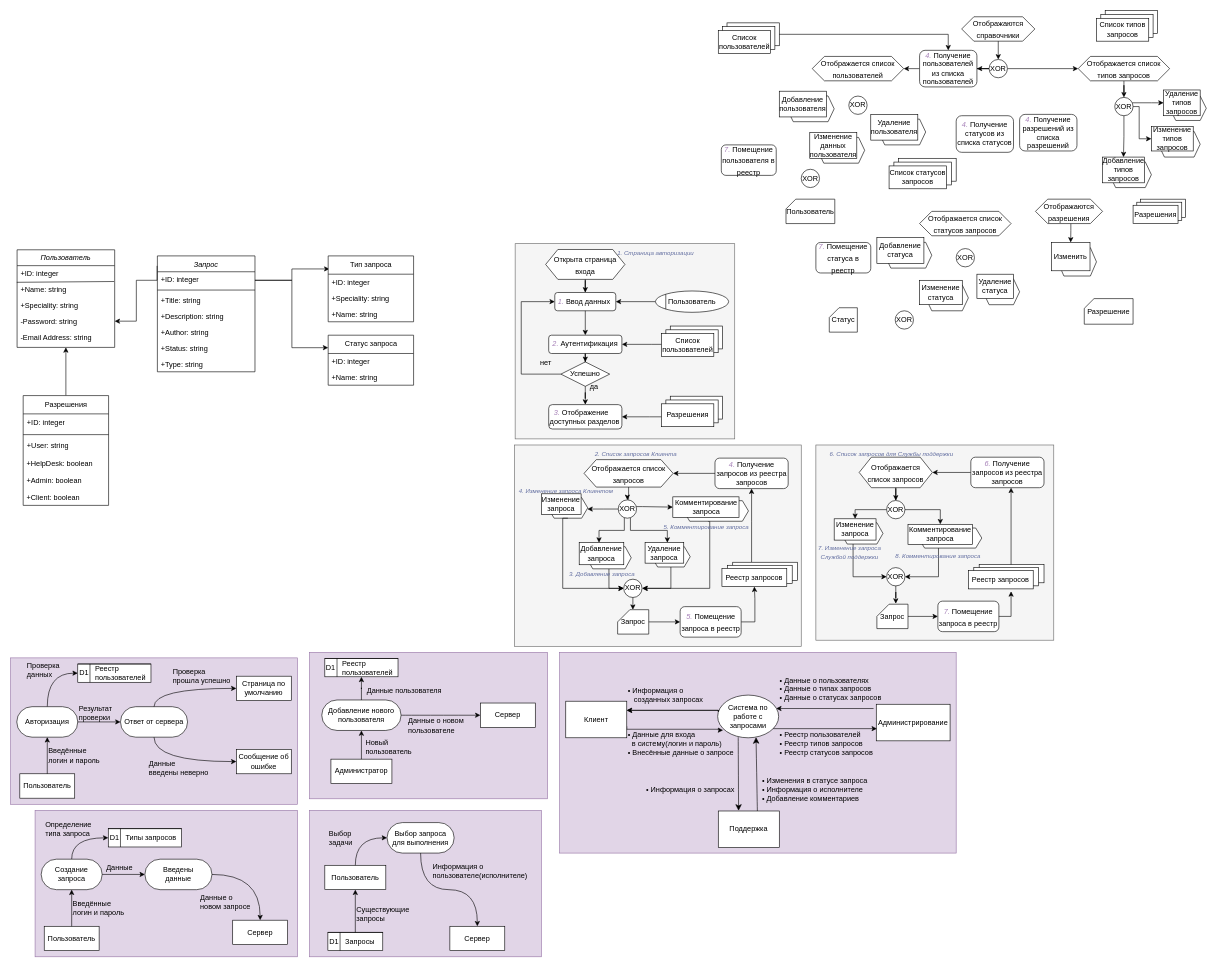
Above: Диаграмма без названия.drawio in Fuamau/BlogProvider (draw.io), before the change. Source tidied: cells renumbered, new cells numbered last; positions are measured from the earlier drawing's top-left corner, leaving out a move shared by most shapes. Both pictures are drawn from the tidied source at 61%, with x=0, y=0 at pixel (10, 10).
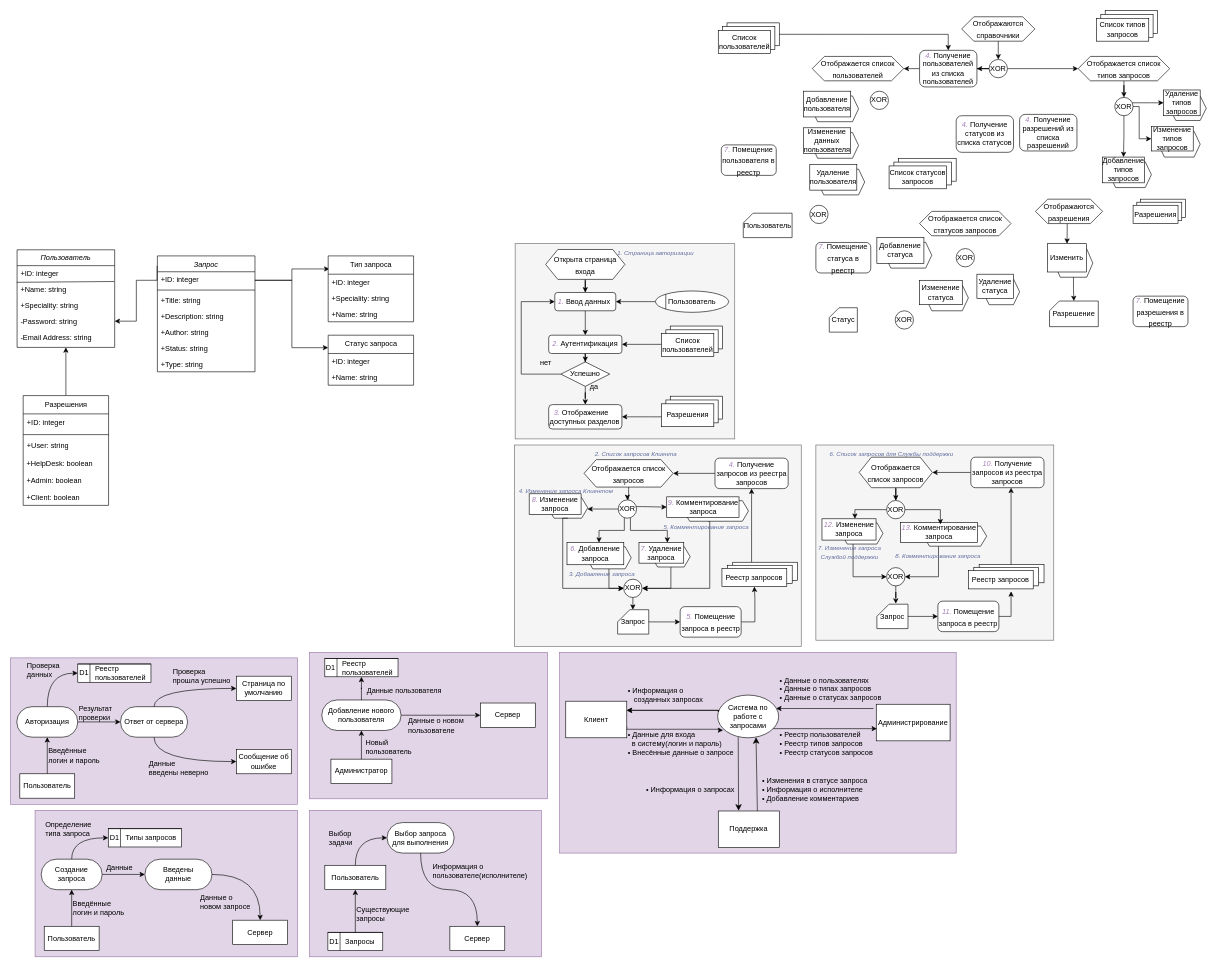
The same diagram, later.

Unchanged cells that the change refers to:
```xml
<mxCell id="160" style="group;" parent="142" vertex="1">
  <mxGeometry x="50" y="80" width="76" height="40" as="geometry" />
</mxCell>
<mxCell id="174" style="group;" parent="142" vertex="1">
  <mxGeometry x="265.5" y="85" width="124" height="40" as="geometry" />
</mxCell>
<mxCell id="177" style="group;" parent="142" vertex="1">
  <mxGeometry x="112" y="160" width="128" height="62.2" as="geometry" />
</mxCell>
<mxCell id="181" style="group;" parent="142" vertex="1">
  <mxGeometry x="220" y="160" width="74" height="40" as="geometry" />
</mxCell>
<mxCell id="184" style="group;" parent="1" vertex="1">
  <mxGeometry x="1310" y="712" width="400" height="320" as="geometry" />
</mxCell>
<mxCell id="187" value="XOR" style="ellipse;whiteSpace=wrap;html=1;" parent="184" vertex="1">
  <mxGeometry x="126" y="91" width="30" height="30" as="geometry" />
</mxCell>
<mxCell id="189" style="group;" parent="184" vertex="1">
  <mxGeometry x="40" y="121" width="180" height="74.9" as="geometry" />
</mxCell>
<mxCell id="226" value="&lt;font style=&quot;font-size: 12px;&quot;&gt;Отображаются разрешения&lt;/font&gt;" style="shape=hexagon;perimeter=hexagonPerimeter2;whiteSpace=wrap;html=1;fixedSize=1;fontSize=16;" parent="1" vertex="1">
  <mxGeometry x="1680" y="309" width="110" height="40" as="geometry" />
</mxCell>
<mxCell id="272" style="shape=hexagon;perimeter=hexagonPerimeter2;whiteSpace=wrap;html=1;fixedSize=1;fontSize=16;size=10;" parent="271" vertex="1">
  <mxGeometry x="10.6" y="8.6" width="63.4" height="46.4" as="geometry" />
</mxCell>
<mxCell id="273" value="Изменить" style="whiteSpace=wrap;html=1;" parent="271" vertex="1">
  <mxGeometry width="63.4" height="46.4" as="geometry" />
</mxCell>
```

Diff of the diagram source:
```diff
@@
-    <mxCell id="162" value="Изменение запроса" style="whiteSpace=wrap;html=1;" parent="160" vertex="1">
-      <mxGeometry width="65.1" height="33.7" as="geometry" />
+    <mxCell id="162" value="&lt;i&gt;&lt;font color=&quot;#a680b8&quot;&gt;8.&lt;/font&gt;&lt;/i&gt; Изменение запроса" style="whiteSpace=wrap;html=1;" parent="160" vertex="1">
+      <mxGeometry x="-20" width="85.1" height="33.7" as="geometry" />
     </mxCell>
@@
-    <mxCell id="176" value="Комментирование запроса" style="whiteSpace=wrap;html=1;" parent="174" vertex="1">
-      <mxGeometry width="108.5" height="33.7" as="geometry" />
+    <mxCell id="176" value="&lt;i&gt;&lt;font color=&quot;#a680b8&quot;&gt;9.&lt;/font&gt;&lt;/i&gt; Комментирование запроса" style="whiteSpace=wrap;html=1;" parent="174" vertex="1">
+      <mxGeometry x="-10" width="118.5" height="33.7" as="geometry" />
     </mxCell>
@@
-    <mxCell id="179" value="Добавление запроса" style="whiteSpace=wrap;html=1;" parent="177" vertex="1">
-      <mxGeometry width="73.1" height="36.3" as="geometry" />
+    <mxCell id="179" value="&lt;i&gt;&lt;font color=&quot;#a680b8&quot;&gt;6. &lt;/font&gt;&lt;/i&gt;Добавление запроса" style="whiteSpace=wrap;html=1;" parent="177" vertex="1">
+      <mxGeometry x="-20" width="93.1" height="36.3" as="geometry" />
     </mxCell>
@@
-    <mxCell id="183" value="Удаление запроса" style="whiteSpace=wrap;html=1;" parent="181" vertex="1">
-      <mxGeometry width="63.4" height="33.7" as="geometry" />
+    <mxCell id="183" value="&lt;i&gt;&lt;font color=&quot;#a680b8&quot;&gt;7.&lt;/font&gt;&lt;/i&gt; Удаление запроса" style="whiteSpace=wrap;html=1;" parent="181" vertex="1">
+      <mxGeometry x="-10" width="73.4" height="33.7" as="geometry" />
     </mxCell>
@@
-    <mxCell id="191" value="Изменение запроса" style="whiteSpace=wrap;html=1;" parent="189" vertex="1">
-      <mxGeometry width="68.6" height="34.9" as="geometry" />
+    <mxCell id="191" value="&lt;i&gt;&lt;font color=&quot;#a680b8&quot;&gt;12.&lt;/font&gt;&lt;/i&gt; Изменение запроса" style="whiteSpace=wrap;html=1;" parent="189" vertex="1">
+      <mxGeometry x="-20" width="88.6" height="34.9" as="geometry" />
     </mxCell>
-    <mxCell id="192" style="edgeStyle=orthogonalEdgeStyle;rounded=0;jettySize=auto;html=1;entryX=0.5;entryY=0;entryDx=0;entryDy=0;" parent="184" edge="1" source="187" target="191">
+    <mxCell id="192" style="edgeStyle=orthogonalEdgeStyle;rounded=0;jettySize=auto;html=1;" parent="184" edge="1" source="187">
       <mxGeometry relative="1" as="geometry">
+        <mxPoint x="74" y="121" as="targetPoint" />
         <Array as="points">
           <mxPoint x="74" y="106" />
         </Array>
       </mxGeometry>
     </mxCell>
     <mxCell id="193" style="group;" parent="184" vertex="1">
-      <mxGeometry x="161" y="130" width="121" height="39" as="geometry" />
+      <mxGeometry x="169" y="126.9" width="121" height="39" as="geometry" />
     </mxCell>
@@
-    <mxCell id="195" value="Комментирование запроса" style="whiteSpace=wrap;html=1;" parent="193" vertex="1">
-      <mxGeometry width="105.9" height="32.9" as="geometry" />
+    <mxCell id="195" value="&lt;i&gt;&lt;font color=&quot;#a680b8&quot;&gt;13.&lt;/font&gt;&lt;/i&gt; Комментирование запроса" style="whiteSpace=wrap;html=1;" parent="193" vertex="1">
+      <mxGeometry x="-20" width="125.9" height="32.9" as="geometry" />
     </mxCell>
-    <mxCell id="196" style="edgeStyle=orthogonalEdgeStyle;rounded=0;jettySize=auto;html=1;entryX=0.5;entryY=0;entryDx=0;entryDy=0;" parent="184" edge="1" source="187" target="195">
+    <mxCell id="196" style="edgeStyle=orthogonalEdgeStyle;rounded=0;jettySize=auto;html=1;entryX=0.517;entryY=0.095;entryDx=0;entryDy=0;entryPerimeter=0;" parent="184" edge="1" source="187" target="195">
       <mxGeometry relative="1" as="geometry">
         <Array as="points">
           <mxPoint x="214" y="106" />
         </Array>
       </mxGeometry>
     </mxCell>
@@
-    <mxCell id="202" value="&lt;font style=&quot;font-size: 12px;&quot;&gt;&lt;font color=&quot;#a680b8&quot;&gt;&lt;i&gt;7.&lt;/i&gt;&lt;/font&gt; Помещение запроса в реестр&lt;/font&gt;" style="rounded=1;whiteSpace=wrap;html=1;fontSize=16;" parent="184" vertex="1">
+    <mxCell id="202" value="&lt;font style=&quot;font-size: 12px;&quot;&gt;&lt;font color=&quot;#a680b8&quot;&gt;&lt;i&gt;11.&lt;/i&gt;&lt;/font&gt; Помещение запроса в реестр&lt;/font&gt;" style="rounded=1;whiteSpace=wrap;html=1;fontSize=16;" parent="184" vertex="1">
       <mxGeometry x="210" y="256" width="100" height="50" as="geometry" />
     </mxCell>
@@
-    <mxCell id="210" value="&lt;font color=&quot;#a680b8&quot;&gt;&lt;i&gt;6.&lt;/i&gt;&lt;/font&gt; Получение запросов из реестра запросов" style="rounded=1;whiteSpace=wrap;html=1;" parent="184" vertex="1">
+    <mxCell id="210" value="&lt;font color=&quot;#a680b8&quot;&gt;&lt;i&gt;10.&lt;/i&gt;&lt;/font&gt; Получение запросов из реестра запросов" style="rounded=1;whiteSpace=wrap;html=1;" parent="184" vertex="1">
       <mxGeometry x="264" y="20" width="120" height="50" as="geometry" />
     </mxCell>
@@
     <mxCell id="225" style="edgeStyle=orthogonalEdgeStyle;rounded=0;jettySize=auto;html=1;entryX=0.5;entryY=0;entryDx=0;entryDy=0;" parent="1" edge="1" source="226" target="273">
       <mxGeometry relative="1" as="geometry">
         <Array as="points">
-          <mxPoint x="1738" y="360" />
-          <mxPoint x="1738" y="360" />
+          <mxPoint x="1732" y="362" />
+          <mxPoint x="1732" y="362" />
         </Array>
       </mxGeometry>
     </mxCell>
@@
     <mxCell id="243" style="group;" parent="1" vertex="1">
-      <mxGeometry x="1260" y="132" width="90" height="50" as="geometry" />
+      <mxGeometry x="1300" y="132" width="90" height="50" as="geometry" />
     </mxCell>
@@
     <mxCell id="246" style="group;" parent="1" vertex="1">
-      <mxGeometry x="1310" y="200" width="90" height="50" as="geometry" />
+      <mxGeometry x="1300" y="192" width="90" height="50" as="geometry" />
     </mxCell>
@@
     <mxCell id="249" style="group;" parent="1" vertex="1">
-      <mxGeometry x="1410" y="170" width="90" height="50" as="geometry" />
+      <mxGeometry x="1310" y="252" width="90" height="50" as="geometry" />
     </mxCell>
@@
     <mxCell id="271" style="group;" parent="1" vertex="1">
-      <mxGeometry x="1706" y="380" width="74" height="55" as="geometry" />
+      <mxGeometry x="1700" y="382" width="74" height="55" as="geometry" />
     </mxCell>
@@
     <mxCell id="278" value="Пользователь" style="shape=card;whiteSpace=wrap;html=1;size=16;" parent="1" vertex="1">
-      <mxGeometry x="1271" y="309" width="80" height="40" as="geometry" />
+      <mxGeometry x="1201" y="332" width="80" height="40" as="geometry" />
     </mxCell>
@@
     <mxCell id="281" value="XOR" style="ellipse;whiteSpace=wrap;html=1;" parent="1" vertex="1">
-      <mxGeometry x="1374" y="140" width="30" height="30" as="geometry" />
+      <mxGeometry x="1409" y="132" width="30" height="30" as="geometry" />
     </mxCell>
     <mxCell id="282" value="XOR" style="ellipse;whiteSpace=wrap;html=1;" parent="1" vertex="1">
-      <mxGeometry x="1296" y="260" width="30" height="30" as="geometry" />
+      <mxGeometry x="1310" y="319" width="30" height="30" as="geometry" />
     </mxCell>
@@
     <mxCell id="289" value="Разрешение" style="shape=card;whiteSpace=wrap;html=1;size=16;" parent="1" vertex="1">
-      <mxGeometry x="1760" y="472" width="80" height="42" as="geometry" />
+      <mxGeometry x="1703" y="476" width="80" height="42" as="geometry" />
     </mxCell>
@@
+    <mxCell id="291" value="&lt;font style=&quot;font-size: 12px;&quot;&gt;&lt;font color=&quot;#a680b8&quot;&gt;&lt;i&gt;7.&lt;/i&gt;&lt;/font&gt; Помещение разрешения в реестр&lt;/font&gt;" style="rounded=1;whiteSpace=wrap;html=1;fontSize=16;" parent="1" vertex="1">
+      <mxGeometry x="1840" y="468" width="90" height="50" as="geometry" />
+    </mxCell>
+    <mxCell id="292" style="edgeStyle=orthogonalEdgeStyle;rounded=0;jettySize=auto;html=1;" parent="1" edge="1" source="272" target="289">
+      <mxGeometry relative="1" as="geometry" />
+    </mxCell>
```
